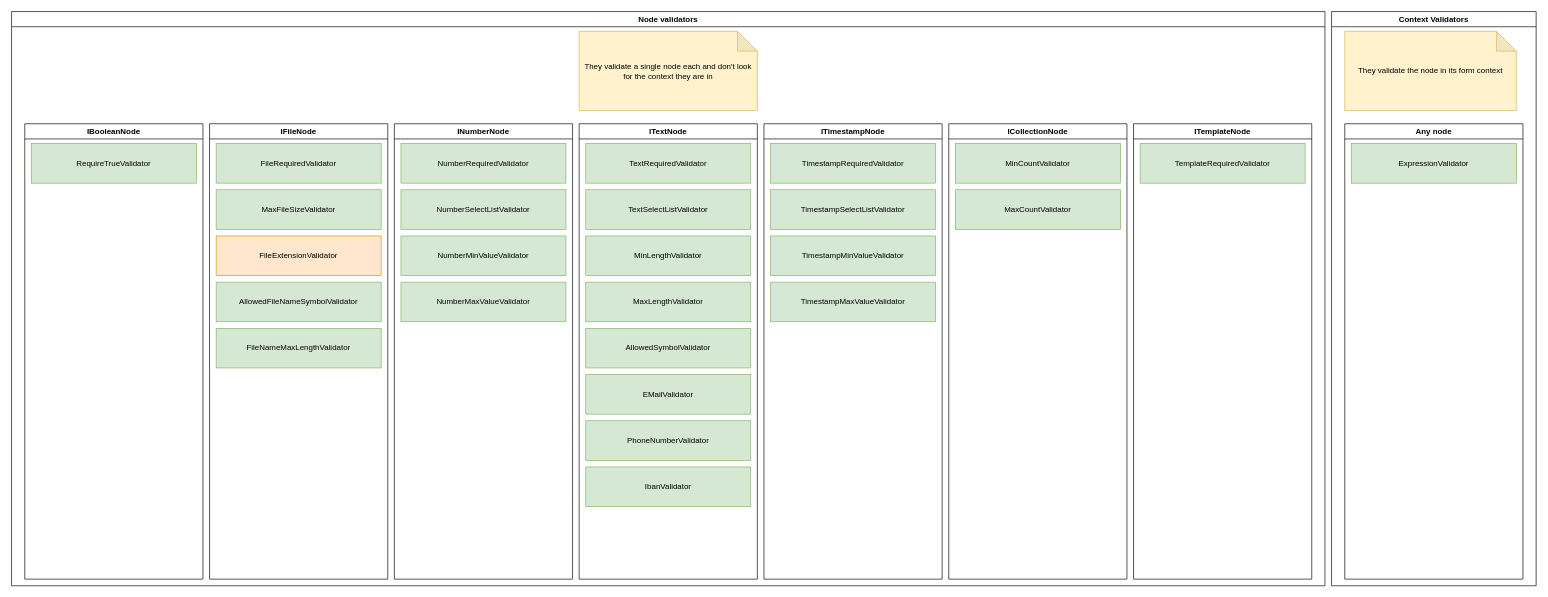
Earlier version of the draw.io diagram doc/forms-concept/validators.drawio (RGXStorm281/common). Source tidied: cells renumbered, new cells numbered last; positions are measured from the earlier drawing's top-left corner, leaving out a move shared by most shapes. Both pictures are drawn from the tidied source at 66%, with x=0, y=0 at pixel (11, 11).
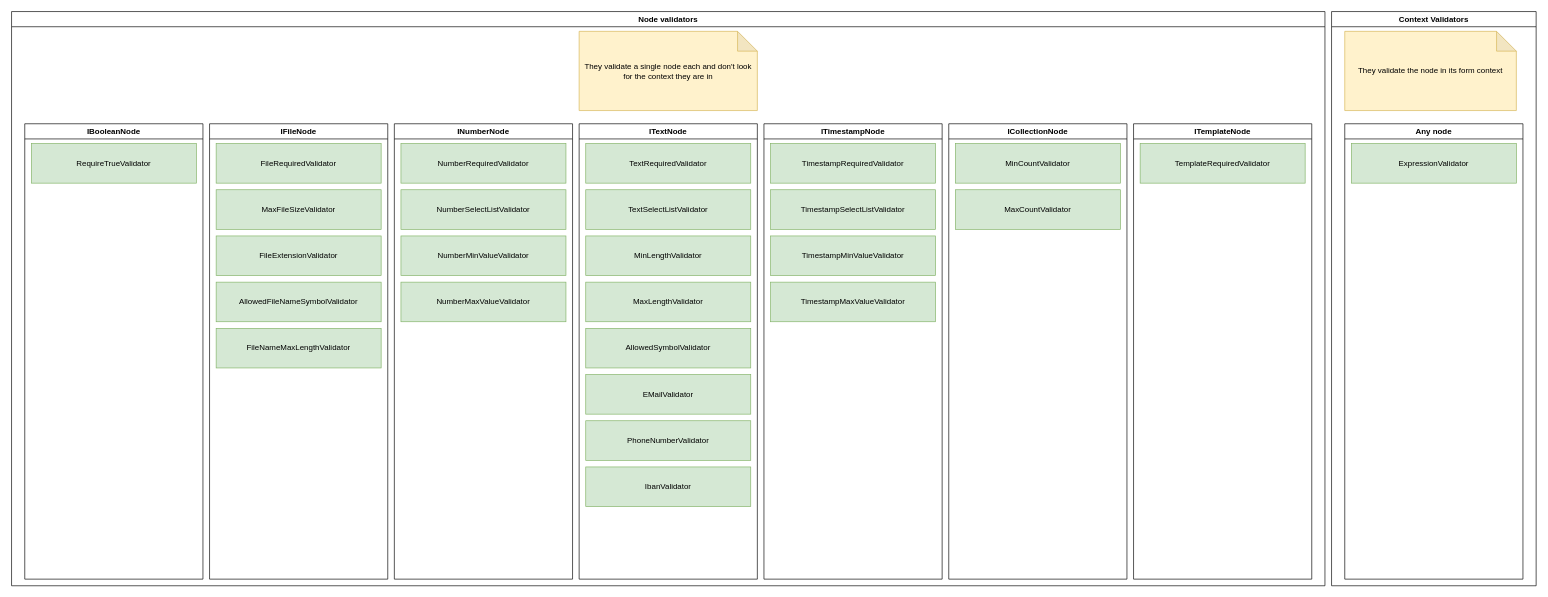
The same diagram, later.

The change refers to these unchanged cells:
```xml
<mxCell id="6" value="IFileNode" style="swimlane;whiteSpace=wrap;html=1;" parent="2" vertex="1">
  <mxGeometry x="300" y="170" width="270" height="690" as="geometry" />
</mxCell>
```

Change to the diagram source:
```diff
@@
-    <mxCell id="10" value="FileExtensionValidator" style="rounded=0;whiteSpace=wrap;html=1;fillColor=#ffe6cc;strokeColor=#d79b00;" parent="6" vertex="1">
+    <mxCell id="10" value="FileExtensionValidator" style="rounded=0;whiteSpace=wrap;html=1;fillColor=#d5e8d4;strokeColor=#82b366;" parent="6" vertex="1">
       <mxGeometry x="10" y="170" width="250" height="60" as="geometry" />
     </mxCell>
```
